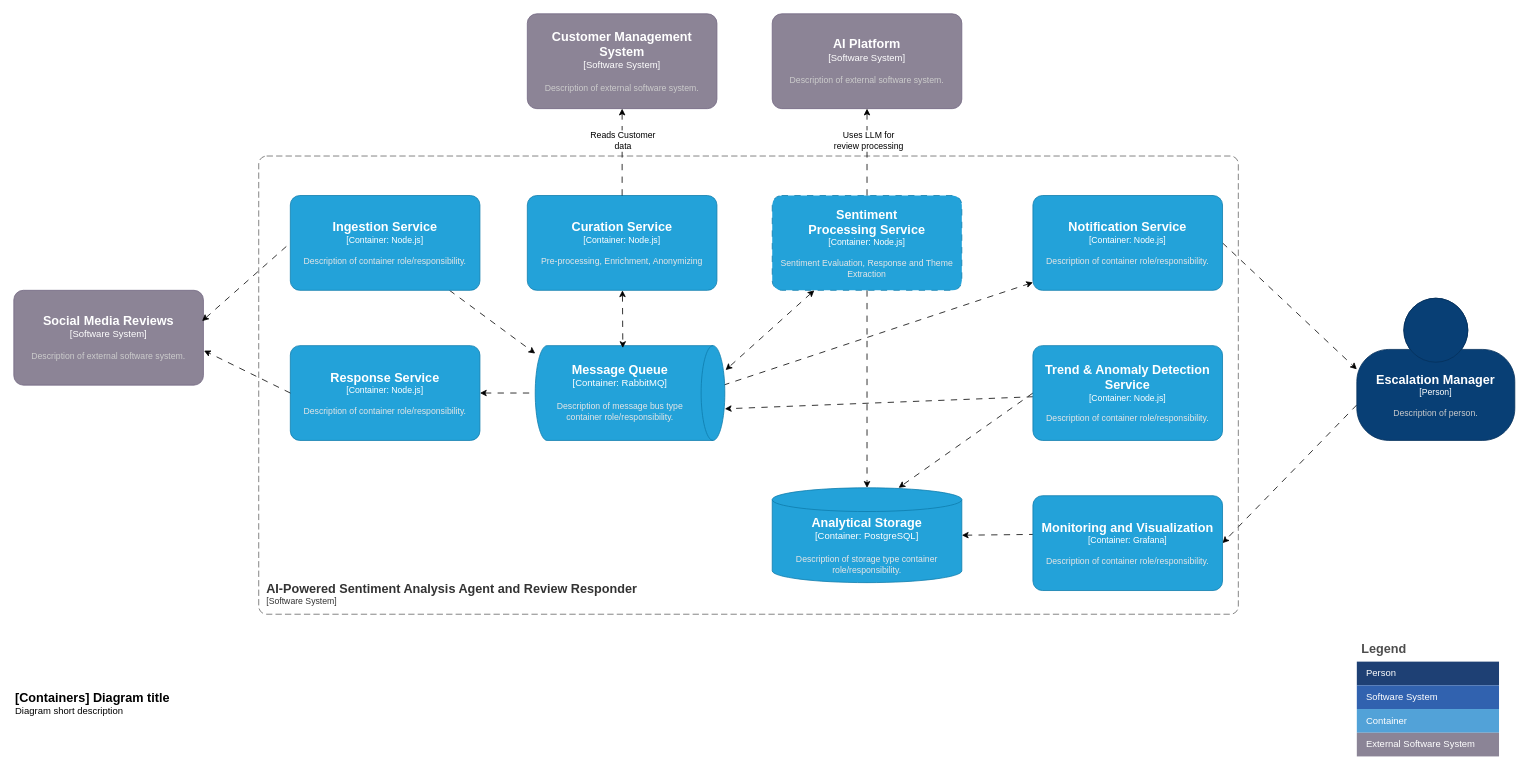
This is page "container" (2 of 4) of docs/diagrams.drawio from fusion-platform-services/fps-blueprint-ai-sentiment-analysis-and-response, a draw.io file, before an edit. Source tidied: cells renumbered, new cells numbered last; positions are measured from the earlier drawing's top-left corner, leaving out a move shared by most shapes. Both pictures are drawn from the tidied source at 79%, with x=0, y=0 at pixel (13, 13).
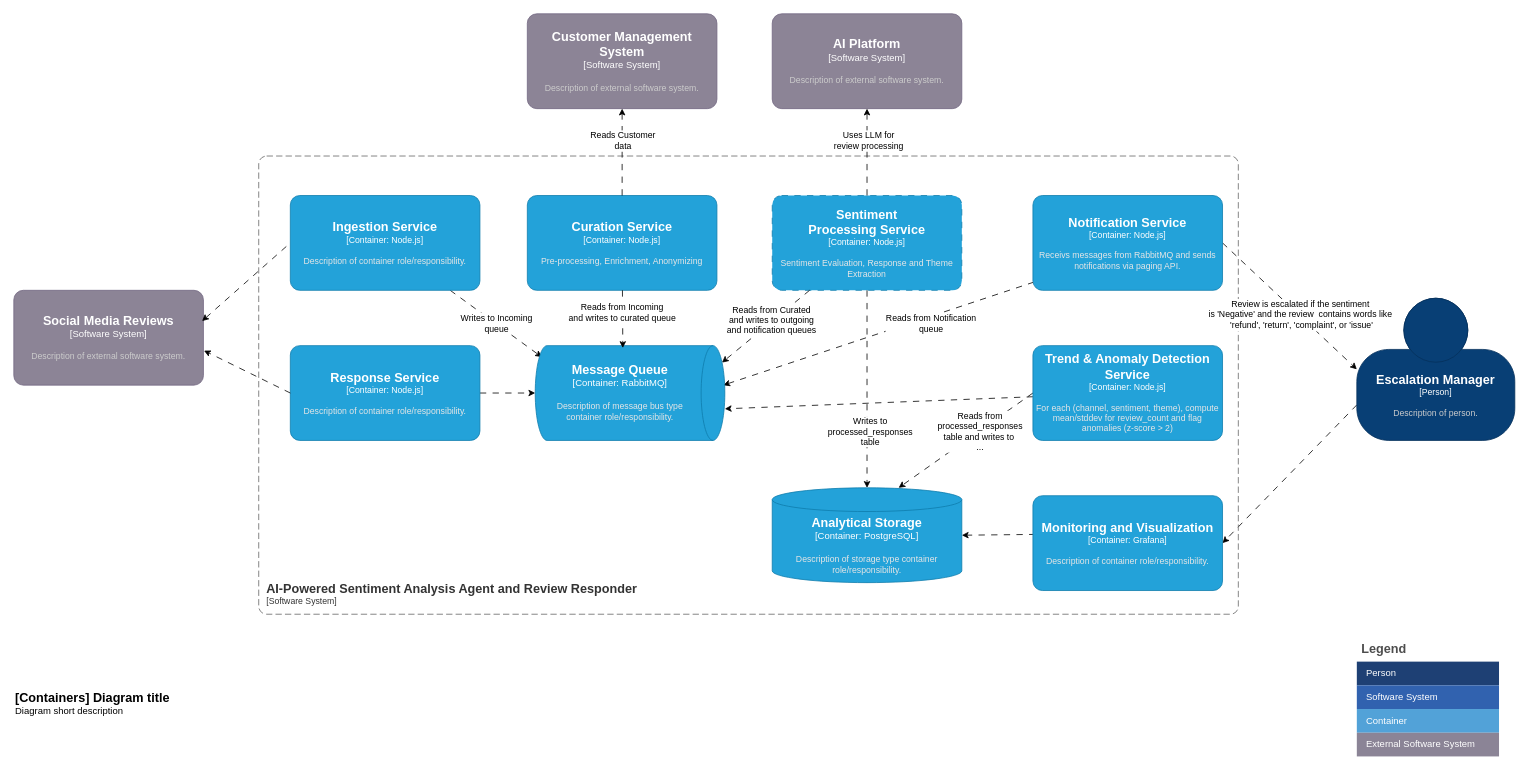
After the change.

The change refers to these unchanged cells:
```xml
<object id="5" label="&lt;font style=&quot;font-size: 16px&quot;&gt;&lt;b&gt;%c4Name%&lt;/b&gt;&lt;/font&gt;&lt;div&gt;[%c4Type%: %c4Technology%]&lt;/div&gt;&lt;br&gt;&lt;div&gt;&lt;font style=&quot;font-size: 11px&quot;&gt;&lt;font color=&quot;#E6E6E6&quot;&gt;%c4Description%&lt;/font&gt;&lt;/div&gt;" c4Description="Description of container role/responsibility." c4Name="Response Service" c4Technology="Node.js" c4Type="Container" placeholders="1">
  <mxCell style="rounded=1;whiteSpace=wrap;html=1;fontSize=11;labelBackgroundColor=none;fillColor=#23A2D9;fontColor=#ffffff;align=center;arcSize=10;strokeColor=#0E7DAD;points=[[0.25,0,0],[0.5,0,0],[0.75,0,0],[1,0.25,0],[1,0.5,0],[1,0.75,0],[0.75,1,0],[0.5,1,0],[0.25,1,0],[0,0.75,0],[0,0.5,0],[0,0.25,0]];" parent="1" vertex="1">
    <mxGeometry x="350" y="420" width="240" height="120" as="geometry" />
  </mxCell>
</object>
<object id="8" label="&lt;font style=&quot;font-size: 16px&quot;&gt;&lt;b&gt;%c4Name%&lt;/b&gt;&lt;/font&gt;&lt;div&gt;[%c4Type%: %c4Technology%]&lt;/div&gt;&lt;br&gt;&lt;div&gt;&lt;font style=&quot;font-size: 11px&quot;&gt;&lt;font color=&quot;#E6E6E6&quot;&gt;%c4Description%&lt;/font&gt;&lt;/div&gt;" c4Description="Description of container role/responsibility." c4Name="Ingestion Service" c4Technology="Node.js" c4Type="Container" placeholders="1">
  <mxCell style="rounded=1;whiteSpace=wrap;html=1;fontSize=11;labelBackgroundColor=none;fillColor=#23A2D9;fontColor=#ffffff;align=center;arcSize=10;strokeColor=#0E7DAD;points=[[0.25,0,0],[0.5,0,0],[0.75,0,0],[1,0.25,0],[1,0.5,0],[1,0.75,0],[0.75,1,0],[0.5,1,0],[0.25,1,0],[0,0.75,0],[0,0.5,0],[0,0.25,0]];" parent="1" vertex="1">
    <mxGeometry x="350" y="230" width="240" height="120" as="geometry" />
  </mxCell>
</object>
<mxCell id="10" style="edgeStyle=none;rounded=0;jettySize=auto;html=1;exitX=1;exitY=0.5;exitDx=0;exitDy=0;exitPerimeter=0;entryX=0;entryY=0.5;entryDx=0;entryDy=0;entryPerimeter=0;dashed=1;dashPattern=8 8;" parent="1" edge="1" source="11" target="3">
  <mxGeometry relative="1" as="geometry" />
</mxCell>
<object id="15" label="&lt;font style=&quot;font-size: 16px&quot;&gt;&lt;b&gt;%c4Name%&lt;/b&gt;&lt;/font&gt;&lt;div&gt;[%c4Type%: %c4Technology%]&lt;/div&gt;&lt;br&gt;&lt;div&gt;&lt;font style=&quot;font-size: 11px&quot;&gt;&lt;font color=&quot;#E6E6E6&quot;&gt;%c4Description%&lt;/font&gt;&lt;/div&gt;" c4Description="Pre-processing, Enrichment, Anonymizing" c4Name="Curation Service" c4Technology="Node.js" c4Type="Container" placeholders="1">
  <mxCell style="rounded=1;whiteSpace=wrap;html=1;fontSize=11;labelBackgroundColor=none;fillColor=#23A2D9;fontColor=#ffffff;align=center;arcSize=10;strokeColor=#0E7DAD;points=[[0.25,0,0],[0.5,0,0],[0.75,0,0],[1,0.25,0],[1,0.5,0],[1,0.75,0],[0.75,1,0],[0.5,1,0],[0.25,1,0],[0,0.75,0],[0,0.5,0],[0,0.25,0]];" parent="1" vertex="1">
    <mxGeometry x="650" y="230" width="240" height="120" as="geometry" />
  </mxCell>
</object>
<mxCell id="16" style="edgeStyle=none;rounded=0;jettySize=auto;html=1;exitX=0;exitY=0.5;exitDx=0;exitDy=0;exitPerimeter=0;dashed=1;dashPattern=8 8;" parent="1" edge="1" source="18">
  <mxGeometry relative="1" as="geometry">
    <mxPoint x="1120" y="600" as="targetPoint" />
  </mxGeometry>
</mxCell>
<object id="19" label="&lt;font style=&quot;font-size: 16px&quot;&gt;&lt;b&gt;%c4Name%&lt;/b&gt;&lt;/font&gt;&lt;div&gt;[%c4Type%: %c4Technology%]&lt;/div&gt;&lt;br&gt;&lt;div&gt;&lt;font style=&quot;font-size: 11px&quot;&gt;&lt;font color=&quot;#E6E6E6&quot;&gt;%c4Description%&lt;/font&gt;&lt;/div&gt;" c4Description="Sentiment Evaluation, Response and Theme Extraction" c4Name="Sentiment&#10;Processing Service" c4Technology="Node.js" c4Type="Container" placeholders="1">
  <mxCell style="rounded=1;whiteSpace=wrap;html=1;fontSize=11;labelBackgroundColor=none;fillColor=#23A2D9;fontColor=#ffffff;align=center;arcSize=10;strokeColor=#0E7DAD;points=[[0.25,0,0],[0.5,0,0],[0.75,0,0],[1,0.25,0],[1,0.5,0],[1,0.75,0],[0.75,1,0],[0.5,1,0],[0.25,1,0],[0,0.75,0],[0,0.5,0],[0,0.25,0]];dashed=1;dashPattern=8 8;" parent="1" vertex="1">
    <mxGeometry x="960" y="230" width="240" height="120" as="geometry" />
  </mxCell>
</object>
<mxCell id="20" style="edgeStyle=orthogonalEdgeStyle;rounded=0;jettySize=auto;html=1;entryX=0.5;entryY=0;entryDx=0;entryDy=0;entryPerimeter=0;dashed=1;dashPattern=8 8;" parent="1" edge="1" source="19" target="14">
  <mxGeometry relative="1" as="geometry" />
</mxCell>
<object id="41" label="&lt;font style=&quot;font-size: 16px&quot;&gt;&lt;b&gt;%c4Name%&lt;/b&gt;&lt;/font&gt;&lt;div&gt;[%c4Type%:&amp;nbsp;%c4Technology%]&lt;/div&gt;&lt;br&gt;&lt;div&gt;&lt;font style=&quot;font-size: 11px&quot;&gt;&lt;font color=&quot;#E6E6E6&quot;&gt;%c4Description%&lt;/font&gt;&lt;/div&gt;" c4Description="Description of message bus type container role/responsibility." c4Name="Message Queue" c4Technology="RabbitMQ" c4Type="Container" placeholders="1">
  <mxCell style="shape=cylinder3;size=15;direction=south;whiteSpace=wrap;html=1;boundedLbl=1;rounded=0;labelBackgroundColor=none;fillColor=#23A2D9;fontSize=12;fontColor=#ffffff;align=center;strokeColor=#0E7DAD;points=[[0.5,0,0],[1,0.25,0],[1,0.5,0],[1,0.75,0],[0.5,1,0],[0,0.75,0],[0,0.5,0],[0,0.25,0]];" parent="1" vertex="1">
    <mxGeometry x="660" y="420" width="240" height="120" as="geometry" />
  </mxCell>
</object>
```

What changed in the source:
```diff
@@
-    <mxCell id="4" style="edgeStyle=none;rounded=0;jettySize=auto;html=1;dashed=1;dashPattern=8 8;startArrow=classic;startFill=1;endArrow=none;endFill=0;" parent="1" edge="1" source="5">
+    <mxCell id="4" style="edgeStyle=none;rounded=0;jettySize=auto;html=1;dashed=1;dashPattern=8 8;startArrow=none;startFill=0;endArrow=classic;endFill=1;" parent="1" edge="1" source="5">
       <mxGeometry relative="1" as="geometry">
         <mxPoint x="660" y="480" as="targetPoint" />
       </mxGeometry>
     </mxCell>
@@
-    <mxCell id="7" style="edgeStyle=none;rounded=0;jettySize=auto;html=1;dashed=1;dashPattern=8 8;" parent="1" edge="1" source="8">
-      <mxGeometry relative="1" as="geometry">
-        <mxPoint x="660" y="430" as="targetPoint" />
-      </mxGeometry>
+    <mxCell id="7" value="Writes to Incoming &lt;br&gt;queue" style="edgeStyle=none;rounded=0;jettySize=auto;html=1;dashed=1;dashPattern=8 8;entryX=0.121;entryY=0.965;entryDx=0;entryDy=0;entryPerimeter=0;" parent="1" edge="1" source="8" target="41">
+      <mxGeometry relative="1" as="geometry" />
     </mxCell>
@@
+    <mxCell id="43" value="Review is escalated if the sentiment &#10;is 'Negative' and the review  contains words like &#10;'refund', 'return', 'complaint', or 'issue'" style="edgeLabel;align=center;verticalAlign=middle;" parent="10" vertex="1">
+      <mxGeometry x="0.01" relative="1" as="geometry">
+        <mxPoint x="14" y="9" as="offset" />
+      </mxGeometry>
+    </mxCell>
-    <object id="11" label="&lt;font style=&quot;font-size: 16px&quot;&gt;&lt;b&gt;%c4Name%&lt;/b&gt;&lt;/font&gt;&lt;div&gt;[%c4Type%: %c4Technology%]&lt;/div&gt;&lt;br&gt;&lt;div&gt;&lt;font style=&quot;font-size: 11px&quot;&gt;&lt;font color=&quot;#E6E6E6&quot;&gt;%c4Description%&lt;/font&gt;&lt;/div&gt;" c4Description="Description of container role/responsibility." c4Name="Notification Service" c4Technology="Node.js" c4Type="Container" placeholders="1">
+    <object id="11" label="&lt;font style=&quot;font-size: 16px&quot;&gt;&lt;b&gt;%c4Name%&lt;/b&gt;&lt;/font&gt;&lt;div&gt;[%c4Type%: %c4Technology%]&lt;/div&gt;&lt;br&gt;&lt;div&gt;&lt;font style=&quot;font-size: 11px&quot;&gt;&lt;font color=&quot;#E6E6E6&quot;&gt;%c4Description%&lt;/font&gt;&lt;/div&gt;" c4Description="Receivs messages from RabbitMQ and sends notifications via paging API." c4Name="Notification Service" c4Technology="Node.js" c4Type="Container" placeholders="1">
       <mxCell style="rounded=1;whiteSpace=wrap;html=1;fontSize=11;labelBackgroundColor=none;fillColor=#23A2D9;fontColor=#ffffff;align=center;arcSize=10;strokeColor=#0E7DAD;points=[[0.25,0,0],[0.5,0,0],[0.75,0,0],[1,0.25,0],[1,0.5,0],[1,0.75,0],[0.75,1,0],[0.5,1,0],[0.25,1,0],[0,0.75,0],[0,0.5,0],[0,0.25,0]];" parent="1" vertex="1">
         <mxGeometry x="1290" y="230" width="240" height="120" as="geometry" />
       </mxCell>
     </object>
@@
+    <mxCell id="44" value="Reads from &lt;br&gt;processed_responses &lt;br&gt;table and writes to&amp;nbsp;&lt;br&gt;..." style="edgeLabel;html=1;align=center;verticalAlign=middle;" parent="16" vertex="1">
+      <mxGeometry x="-0.2" y="1" relative="1" as="geometry" />
+    </mxCell>
@@
-    <object id="18" label="&lt;font style=&quot;font-size: 16px&quot;&gt;&lt;b&gt;%c4Name%&lt;/b&gt;&lt;/font&gt;&lt;div&gt;[%c4Type%: %c4Technology%]&lt;/div&gt;&lt;br&gt;&lt;div&gt;&lt;font style=&quot;font-size: 11px&quot;&gt;&lt;font color=&quot;#E6E6E6&quot;&gt;%c4Description%&lt;/font&gt;&lt;/div&gt;" c4Description="Description of container role/responsibility." c4Name="Trend &amp; Anomaly Detection Service" c4Technology="Node.js" c4Type="Container" placeholders="1">
+    <object id="18" label="&lt;font style=&quot;font-size: 16px&quot;&gt;&lt;b&gt;%c4Name%&lt;/b&gt;&lt;/font&gt;&lt;div&gt;[%c4Type%: %c4Technology%]&lt;/div&gt;&lt;br&gt;&lt;div&gt;&lt;font style=&quot;font-size: 11px&quot;&gt;&lt;font color=&quot;#E6E6E6&quot;&gt;%c4Description%&lt;/font&gt;&lt;/div&gt;" c4Description="For each (channel, sentiment, theme), compute mean/stddev for review_count and flag anomalies (z-score &gt; 2)" c4Name="Trend &amp; Anomaly Detection Service" c4Technology="Node.js" c4Type="Container" placeholders="1">
       <mxCell style="rounded=1;whiteSpace=wrap;html=1;fontSize=11;labelBackgroundColor=none;fillColor=#23A2D9;fontColor=#ffffff;align=center;arcSize=10;strokeColor=#0E7DAD;points=[[0.25,0,0],[0.5,0,0],[0.75,0,0],[1,0.25,0],[1,0.5,0],[1,0.75,0],[0.75,1,0],[0.5,1,0],[0.25,1,0],[0,0.75,0],[0,0.5,0],[0,0.25,0]];" parent="1" vertex="1">
         <mxGeometry x="1290" y="420" width="240" height="120" as="geometry" />
       </mxCell>
     </object>
@@
+    <mxCell id="45" value="Writes to &lt;br&gt;processed_responses &lt;br&gt;table" style="edgeLabel;html=1;align=center;verticalAlign=middle;" parent="20" vertex="1">
+      <mxGeometry x="0.42" y="3" relative="1" as="geometry" />
+    </mxCell>
-    <mxCell id="21" style="rounded=0;jettySize=auto;html=1;entryX=0.258;entryY=-0.004;entryDx=0;entryDy=0;entryPerimeter=0;dashed=1;dashPattern=8 8;startArrow=classic;startFill=1;endArrow=classic;endFill=1;" parent="1" edge="1" source="19" target="41">
+    <mxCell id="21" style="rounded=0;jettySize=auto;html=1;entryX=0.179;entryY=0.015;entryDx=0;entryDy=0;entryPerimeter=0;dashed=1;dashPattern=8 8;startArrow=none;startFill=0;endArrow=classic;endFill=1;" parent="1" edge="1" source="19" target="41">
       <mxGeometry relative="1" as="geometry" />
     </mxCell>
+    <mxCell id="46" value="Reads from Curated&lt;br&gt;and writes to outgoing &lt;br&gt;and notification queues" style="edgeLabel;html=1;align=center;verticalAlign=middle;" parent="21" vertex="1">
+      <mxGeometry x="-0.14" y="-2" relative="1" as="geometry" />
+    </mxCell>
@@
-    <mxCell id="40" style="edgeStyle=none;rounded=0;jettySize=auto;html=1;dashed=1;dashPattern=8 8;exitX=0.417;exitY=0.008;exitDx=0;exitDy=0;exitPerimeter=0;" parent="1" edge="1" source="41">
+    <mxCell id="40" style="edgeStyle=none;rounded=0;jettySize=auto;html=1;dashed=1;dashPattern=8 8;exitX=0.417;exitY=0.008;exitDx=0;exitDy=0;exitPerimeter=0;startArrow=classic;startFill=1;endArrow=none;endFill=0;" parent="1" edge="1" source="41">
       <mxGeometry relative="1" as="geometry">
         <mxPoint x="1290" y="340" as="targetPoint" />
       </mxGeometry>
     </mxCell>
+    <mxCell id="47" value="Reads from Notification &lt;br&gt;queue" style="edgeLabel;html=1;align=center;verticalAlign=middle;" parent="40" vertex="1">
+      <mxGeometry x="0.17" y="2" relative="1" as="geometry">
+        <mxPoint x="33" as="offset" />
+      </mxGeometry>
+    </mxCell>
@@
-    <mxCell id="42" style="edgeStyle=none;rounded=0;jettySize=auto;html=1;entryX=0.025;entryY=0.538;entryDx=0;entryDy=0;entryPerimeter=0;dashed=1;dashPattern=8 8;startArrow=classic;startFill=1;" parent="1" edge="1" source="15" target="41">
+    <mxCell id="42" style="edgeStyle=none;rounded=0;jettySize=auto;html=1;entryX=0.025;entryY=0.538;entryDx=0;entryDy=0;entryPerimeter=0;dashed=1;dashPattern=8 8;startArrow=none;startFill=0;" parent="1" edge="1" source="15" target="41">
       <mxGeometry relative="1" as="geometry" />
     </mxCell>
+    <mxCell id="48" value="Reads from Incoming&lt;br&gt;and writes to curated queue" style="edgeLabel;html=1;align=center;verticalAlign=middle;" parent="42" vertex="1">
+      <mxGeometry x="-0.26" y="-1" relative="1" as="geometry" />
+    </mxCell>
```
